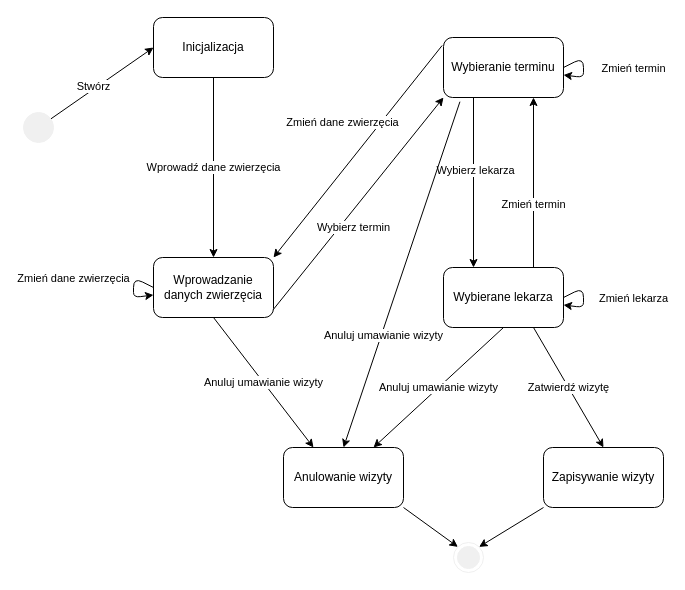
This is visit_state.drawio from MarekMichali/vet-clinic, a draw.io file, before an edit. Source tidied: cells renumbered, new cells numbered last; positions are measured from the earlier drawing's top-left corner, leaving out a move shared by most shapes. Both pictures are drawn from the tidied source at 100%, with x=0, y=0 at pixel (23, 17).
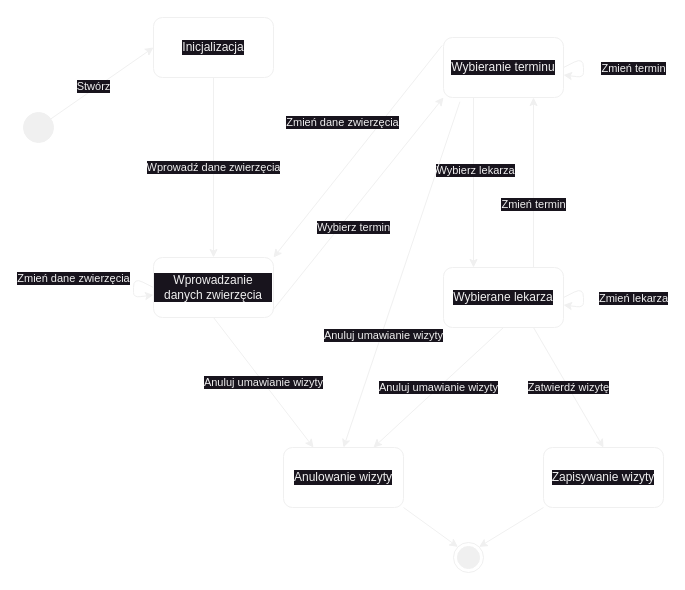
After the change.

Commit message (it also covers changes not shown here):
visit state

Change to the diagram source:
```diff
@@
-    <mxCell id="2" style="edgeStyle=none;html=1;entryX=0;entryY=0.5;entryDx=0;entryDy=0;" parent="1" edge="1" source="4" target="8">
+    <mxCell id="2" style="edgeStyle=none;html=1;entryX=0;entryY=0.5;entryDx=0;entryDy=0;fillColor=none;strokeColor=#F0F0F0;fontColor=#F0F0F0;labelBackgroundColor=#18141D;" parent="1" edge="1" source="4" target="8">
       <mxGeometry relative="1" as="geometry" />
     </mxCell>
-    <mxCell id="3" value="Stwórz" style="edgeLabel;html=1;align=center;verticalAlign=middle;" parent="2" vertex="1">
+    <mxCell id="3" value="Stwórz" style="edgeLabel;html=1;align=center;verticalAlign=middle;fillColor=none;strokeColor=#F0F0F0;fontColor=#F0F0F0;labelBackgroundColor=#18141D;" parent="2" vertex="1">
       <mxGeometry x="-0.13" y="3" relative="1" as="geometry" />
     </mxCell>
-    <mxCell id="4" style="ellipse;fillColor=#F0F0F0;strokeColor=#F0F0F0;fontColor=#F0F0F0;" parent="1" vertex="1">
+    <mxCell id="4" style="ellipse;fillColor=#F0F0F0;strokeColor=#F0F0F0;fontColor=#F0F0F0;labelBackgroundColor=#18141D;" parent="1" vertex="1">
       <mxGeometry y="95" width="30" height="30" as="geometry" />
     </mxCell>
-    <mxCell id="5" style="ellipse;html=1;shape=endState;fillColor=#F0F0F0;strokeColor=#F0F0F0;fontColor=#F0F0F0;" parent="1" vertex="1">
+    <mxCell id="5" style="ellipse;html=1;shape=endState;fillColor=#F0F0F0;strokeColor=#F0F0F0;fontColor=#F0F0F0;labelBackgroundColor=#18141D;" parent="1" vertex="1">
       <mxGeometry x="430" y="525" width="30" height="30" as="geometry" />
     </mxCell>
-    <mxCell id="6" value="Wybierz termin" style="edgeStyle=none;html=1;exitX=0.994;exitY=0.878;exitDx=0;exitDy=0;entryX=0;entryY=1;entryDx=0;entryDy=0;exitPerimeter=0;" parent="1" edge="1" source="25" target="14">
+    <mxCell id="6" value="Wybierz termin" style="edgeStyle=none;html=1;exitX=0.994;exitY=0.878;exitDx=0;exitDy=0;entryX=0;entryY=1;entryDx=0;entryDy=0;exitPerimeter=0;fillColor=none;strokeColor=#F0F0F0;fontColor=#F0F0F0;labelBackgroundColor=#18141D;" parent="1" edge="1" source="25" target="14">
       <mxGeometry x="-0.16" y="-11" relative="1" as="geometry" />
     </mxCell>
-    <mxCell id="7" value="Wprowadź dane zwierzęcia" style="edgeStyle=none;html=1;exitX=0.5;exitY=1;exitDx=0;exitDy=0;entryX=0.5;entryY=0;entryDx=0;entryDy=0;" parent="1" edge="1" source="8" target="25">
+    <mxCell id="7" value="Wprowadź dane zwierzęcia" style="edgeStyle=none;html=1;exitX=0.5;exitY=1;exitDx=0;exitDy=0;entryX=0.5;entryY=0;entryDx=0;entryDy=0;fillColor=none;strokeColor=#F0F0F0;fontColor=#F0F0F0;labelBackgroundColor=#18141D;" parent="1" edge="1" source="8" target="25">
       <mxGeometry relative="1" as="geometry" />
     </mxCell>
-    <mxCell id="8" value="Inicjalizacja" style="rounded=1;whiteSpace=wrap;html=1;" parent="1" vertex="1">
+    <mxCell id="8" value="Inicjalizacja" style="rounded=1;whiteSpace=wrap;html=1;fillColor=none;strokeColor=#F0F0F0;fontColor=#F0F0F0;labelBackgroundColor=#18141D;" parent="1" vertex="1">
       <mxGeometry x="130" width="120" height="60" as="geometry" />
     </mxCell>
-    <mxCell id="9" style="edgeStyle=none;html=1;exitX=0.25;exitY=1;exitDx=0;exitDy=0;entryX=0.25;entryY=0;entryDx=0;entryDy=0;" parent="1" edge="1" source="14" target="20">
+    <mxCell id="9" style="edgeStyle=none;html=1;exitX=0.25;exitY=1;exitDx=0;exitDy=0;entryX=0.25;entryY=0;entryDx=0;entryDy=0;fillColor=none;strokeColor=#F0F0F0;fontColor=#F0F0F0;labelBackgroundColor=#18141D;" parent="1" edge="1" source="14" target="20">
       <mxGeometry relative="1" as="geometry" />
     </mxCell>
-    <mxCell id="10" value="Wybierz lekarza" style="edgeLabel;html=1;align=center;verticalAlign=middle;" parent="9" vertex="1">
+    <mxCell id="10" value="Wybierz lekarza" style="edgeLabel;html=1;align=center;verticalAlign=middle;fillColor=none;strokeColor=#F0F0F0;fontColor=#F0F0F0;labelBackgroundColor=#18141D;" parent="9" vertex="1">
       <mxGeometry x="-0.15" y="1" relative="1" as="geometry" />
     </mxCell>
-    <mxCell id="11" value="Zmień dane zwierzęcia" style="edgeStyle=none;html=1;exitX=-0.011;exitY=0.133;exitDx=0;exitDy=0;entryX=1;entryY=0;entryDx=0;entryDy=0;exitPerimeter=0;" parent="1" edge="1" source="14" target="25">
+    <mxCell id="11" value="Zmień dane zwierzęcia" style="edgeStyle=none;html=1;exitX=-0.011;exitY=0.133;exitDx=0;exitDy=0;entryX=1;entryY=0;entryDx=0;entryDy=0;exitPerimeter=0;fillColor=none;strokeColor=#F0F0F0;fontColor=#F0F0F0;labelBackgroundColor=#18141D;" parent="1" edge="1" source="14" target="25">
       <mxGeometry x="-0.1" y="-30" relative="1" as="geometry" />
     </mxCell>
-    <mxCell id="12" style="edgeStyle=none;html=1;exitX=0.137;exitY=1.07;exitDx=0;exitDy=0;exitPerimeter=0;entryX=0.5;entryY=0;entryDx=0;entryDy=0;" parent="1" edge="1" source="14" target="23">
+    <mxCell id="12" style="edgeStyle=none;html=1;exitX=0.137;exitY=1.07;exitDx=0;exitDy=0;exitPerimeter=0;entryX=0.5;entryY=0;entryDx=0;entryDy=0;fillColor=none;strokeColor=#F0F0F0;fontColor=#F0F0F0;labelBackgroundColor=#18141D;" parent="1" edge="1" source="14" target="23">
       <mxGeometry relative="1" as="geometry" />
     </mxCell>
-    <mxCell id="13" value="Anuluj umawianie wizyty" style="edgeLabel;html=1;align=center;verticalAlign=middle;" parent="12" vertex="1">
+    <mxCell id="13" value="Anuluj umawianie wizyty" style="edgeLabel;html=1;align=center;verticalAlign=middle;fillColor=none;strokeColor=#F0F0F0;fontColor=#F0F0F0;labelBackgroundColor=#18141D;" parent="12" vertex="1">
       <mxGeometry x="0.35" y="2" relative="1" as="geometry" />
     </mxCell>
-    <mxCell id="14" value="Wybieranie terminu" style="rounded=1;whiteSpace=wrap;html=1;" parent="1" vertex="1">
+    <mxCell id="14" value="Wybieranie terminu" style="rounded=1;whiteSpace=wrap;html=1;fillColor=none;strokeColor=#F0F0F0;fontColor=#F0F0F0;labelBackgroundColor=#18141D;" parent="1" vertex="1">
       <mxGeometry x="420" y="20" width="120" height="60" as="geometry" />
     </mxCell>
-    <mxCell id="15" value="Zmień termin" style="edgeStyle=none;html=1;exitX=1;exitY=0.5;exitDx=0;exitDy=0;" parent="1" edge="1" source="14" target="14">
+    <mxCell id="15" value="Zmień termin" style="edgeStyle=none;html=1;exitX=1;exitY=0.5;exitDx=0;exitDy=0;fillColor=none;strokeColor=#F0F0F0;fontColor=#F0F0F0;labelBackgroundColor=#18141D;" parent="1" edge="1" source="14" target="14">
       <mxGeometry x="0.04" y="50" relative="1" as="geometry" />
     </mxCell>
-    <mxCell id="16" style="edgeStyle=none;html=1;exitX=0.75;exitY=0;exitDx=0;exitDy=0;entryX=0.75;entryY=1;entryDx=0;entryDy=0;" parent="1" edge="1" source="20" target="14">
+    <mxCell id="16" style="edgeStyle=none;html=1;exitX=0.75;exitY=0;exitDx=0;exitDy=0;entryX=0.75;entryY=1;entryDx=0;entryDy=0;fillColor=none;strokeColor=#F0F0F0;fontColor=#F0F0F0;labelBackgroundColor=#18141D;" parent="1" edge="1" source="20" target="14">
       <mxGeometry relative="1" as="geometry" />
     </mxCell>
-    <mxCell id="17" value="Zmień termin" style="edgeLabel;html=1;align=center;verticalAlign=middle;" parent="16" vertex="1">
+    <mxCell id="17" value="Zmień termin" style="edgeLabel;html=1;align=center;verticalAlign=middle;fillColor=none;strokeColor=#F0F0F0;fontColor=#F0F0F0;labelBackgroundColor=#18141D;" parent="16" vertex="1">
       <mxGeometry x="-0.25" y="1" relative="1" as="geometry" />
     </mxCell>
-    <mxCell id="18" value="Anuluj umawianie wizyty" style="edgeStyle=none;html=1;exitX=0.5;exitY=1;exitDx=0;exitDy=0;entryX=0.75;entryY=0;entryDx=0;entryDy=0;" parent="1" edge="1" source="20" target="23">
+    <mxCell id="18" value="Anuluj umawianie wizyty" style="edgeStyle=none;html=1;exitX=0.5;exitY=1;exitDx=0;exitDy=0;entryX=0.75;entryY=0;entryDx=0;entryDy=0;fillColor=none;strokeColor=#F0F0F0;fontColor=#F0F0F0;labelBackgroundColor=#18141D;" parent="1" edge="1" source="20" target="23">
       <mxGeometry relative="1" as="geometry" />
     </mxCell>
-    <mxCell id="19" value="Zatwierdź wizytę" style="edgeStyle=none;html=1;exitX=0.75;exitY=1;exitDx=0;exitDy=0;entryX=0.5;entryY=0;entryDx=0;entryDy=0;" parent="1" edge="1" source="20" target="28">
+    <mxCell id="19" value="Zatwierdź wizytę" style="edgeStyle=none;html=1;exitX=0.75;exitY=1;exitDx=0;exitDy=0;entryX=0.5;entryY=0;entryDx=0;entryDy=0;fillColor=none;strokeColor=#F0F0F0;fontColor=#F0F0F0;labelBackgroundColor=#18141D;" parent="1" edge="1" source="20" target="28">
       <mxGeometry relative="1" as="geometry" />
     </mxCell>
-    <mxCell id="20" value="Wybierane lekarza" style="rounded=1;whiteSpace=wrap;html=1;" parent="1" vertex="1">
+    <mxCell id="20" value="Wybierane lekarza" style="rounded=1;whiteSpace=wrap;html=1;fillColor=none;strokeColor=#F0F0F0;fontColor=#F0F0F0;labelBackgroundColor=#18141D;" parent="1" vertex="1">
       <mxGeometry x="420" y="250" width="120" height="60" as="geometry" />
     </mxCell>
-    <mxCell id="21" value="Zmień lekarza" style="edgeStyle=none;html=1;exitX=1;exitY=0.5;exitDx=0;exitDy=0;" parent="1" edge="1" source="20" target="20">
+    <mxCell id="21" value="Zmień lekarza" style="edgeStyle=none;html=1;exitX=1;exitY=0.5;exitDx=0;exitDy=0;fillColor=none;strokeColor=#F0F0F0;fontColor=#F0F0F0;labelBackgroundColor=#18141D;" parent="1" edge="1" source="20" target="20">
       <mxGeometry x="0.04" y="50" relative="1" as="geometry" />
     </mxCell>
-    <mxCell id="22" style="edgeStyle=none;html=1;exitX=1;exitY=1;exitDx=0;exitDy=0;entryX=0;entryY=0;entryDx=0;entryDy=0;" parent="1" edge="1" source="23" target="5">
+    <mxCell id="22" style="edgeStyle=none;html=1;exitX=1;exitY=1;exitDx=0;exitDy=0;entryX=0;entryY=0;entryDx=0;entryDy=0;fillColor=none;strokeColor=#F0F0F0;fontColor=#F0F0F0;labelBackgroundColor=#18141D;" parent="1" edge="1" source="23" target="5">
       <mxGeometry relative="1" as="geometry" />
     </mxCell>
-    <mxCell id="23" value="Anulowanie wizyty" style="rounded=1;whiteSpace=wrap;html=1;" parent="1" vertex="1">
+    <mxCell id="23" value="Anulowanie wizyty" style="rounded=1;whiteSpace=wrap;html=1;fillColor=none;strokeColor=#F0F0F0;fontColor=#F0F0F0;labelBackgroundColor=#18141D;" parent="1" vertex="1">
       <mxGeometry x="260" y="430" width="120" height="60" as="geometry" />
     </mxCell>
-    <mxCell id="24" value="Anuluj umawianie wizyty" style="edgeStyle=none;html=1;exitX=0.5;exitY=1;exitDx=0;exitDy=0;entryX=0.25;entryY=0;entryDx=0;entryDy=0;" parent="1" edge="1" source="25" target="23">
+    <mxCell id="24" value="Anuluj umawianie wizyty" style="edgeStyle=none;html=1;exitX=0.5;exitY=1;exitDx=0;exitDy=0;entryX=0.25;entryY=0;entryDx=0;entryDy=0;fillColor=none;strokeColor=#F0F0F0;fontColor=#F0F0F0;labelBackgroundColor=#18141D;" parent="1" edge="1" source="25" target="23">
       <mxGeometry relative="1" as="geometry" />
     </mxCell>
-    <mxCell id="25" value="Wprowadzanie danych zwierzęcia" style="rounded=1;whiteSpace=wrap;html=1;" parent="1" vertex="1">
+    <mxCell id="25" value="Wprowadzanie danych zwierzęcia" style="rounded=1;whiteSpace=wrap;html=1;fillColor=none;strokeColor=#F0F0F0;fontColor=#F0F0F0;labelBackgroundColor=#18141D;" parent="1" vertex="1">
       <mxGeometry x="130" y="240" width="120" height="60" as="geometry" />
     </mxCell>
-    <mxCell id="26" value="Zmień dane zwierzęcia" style="edgeStyle=none;html=1;exitX=0;exitY=0.5;exitDx=0;exitDy=0;" parent="1" edge="1" source="25" target="25">
+    <mxCell id="26" value="Zmień dane zwierzęcia" style="edgeStyle=none;html=1;exitX=0;exitY=0.5;exitDx=0;exitDy=0;fillColor=none;strokeColor=#F0F0F0;fontColor=#F0F0F0;labelBackgroundColor=#18141D;" parent="1" edge="1" source="25" target="25">
       <mxGeometry x="-0.28" y="-60" relative="1" as="geometry">
         <Array as="points">
           <mxPoint x="110" y="280" />
         </Array>
       </mxGeometry>
     </mxCell>
-    <mxCell id="27" style="edgeStyle=none;html=1;exitX=0;exitY=1;exitDx=0;exitDy=0;entryX=1;entryY=0;entryDx=0;entryDy=0;" parent="1" edge="1" source="28" target="5">
+    <mxCell id="27" style="edgeStyle=none;html=1;exitX=0;exitY=1;exitDx=0;exitDy=0;entryX=1;entryY=0;entryDx=0;entryDy=0;fillColor=none;strokeColor=#F0F0F0;fontColor=#F0F0F0;labelBackgroundColor=#18141D;" parent="1" edge="1" source="28" target="5">
       <mxGeometry relative="1" as="geometry" />
     </mxCell>
-    <mxCell id="28" value="Zapisywanie wizyty" style="rounded=1;whiteSpace=wrap;html=1;" parent="1" vertex="1">
+    <mxCell id="28" value="Zapisywanie wizyty" style="rounded=1;whiteSpace=wrap;html=1;fillColor=none;strokeColor=#F0F0F0;fontColor=#F0F0F0;labelBackgroundColor=#18141D;" parent="1" vertex="1">
       <mxGeometry x="520" y="430" width="120" height="60" as="geometry" />
     </mxCell>
```
